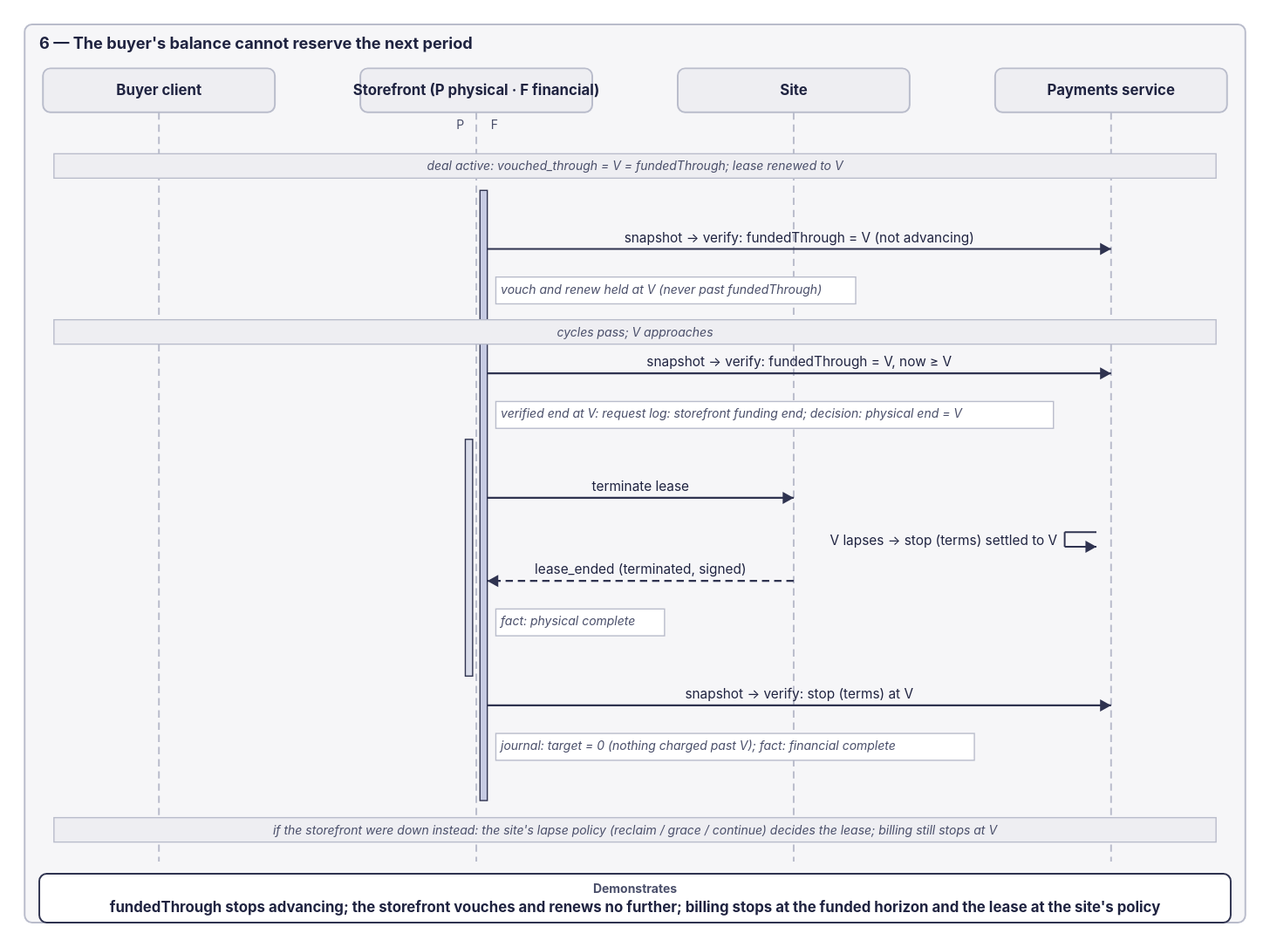
Above: openspec/changes/converge-ongoing-compute-leases/diagrams/06-funds-exhausted.svg in arkhai-io/simple-compute-market (draw.io), before the change. Source tidied: cells renumbered, new cells last; positions are measured from the earlier drawing's top-left corner, leaving out a move shared by most shapes. Its diagram source:
```xml
<mxGraphModel>
  <root>
    <mxCell id="0" />
    <mxCell id="1" parent="0" />
    <mxCell id="2" style="rounded=1;arcSize=6;whiteSpace=wrap;html=1;fillColor=#f6f6f8;strokeColor=#b9bccb;strokeWidth=1.4;dashed=0;" parent="1" vertex="1">
      <mxGeometry width="1000" height="736" as="geometry" />
    </mxCell>
    <mxCell id="3" value="6 — The buyer's balance cannot reserve the next period" style="text;html=1;align=left;verticalAlign=middle;whiteSpace=nowrap;fontSize=13;fontColor=#1f2340;fontStyle=1;fontFamily=Helvetica;" parent="1" vertex="1">
      <mxGeometry x="12" y="6" width="800" height="19" as="geometry" />
    </mxCell>
    <mxCell id="4" style="rounded=1;arcSize=6;whiteSpace=wrap;html=1;fillColor=#eeeef2;strokeColor=#b9bccb;strokeWidth=1.4;dashed=0;" parent="1" vertex="1">
      <mxGeometry x="15" y="36" width="190" height="36" as="geometry" />
    </mxCell>
    <mxCell id="5" value="Buyer client" style="text;html=1;align=center;verticalAlign=middle;whiteSpace=nowrap;fontSize=12;fontColor=#1f2340;fontStyle=1;fontFamily=Helvetica;" parent="1" vertex="1">
      <mxGeometry x="15" y="45" width="190" height="18" as="geometry" />
    </mxCell>
    <mxCell id="6" style="rounded=1;arcSize=6;whiteSpace=wrap;html=1;fillColor=#eeeef2;strokeColor=#b9bccb;strokeWidth=1.4;dashed=0;" parent="1" vertex="1">
      <mxGeometry x="275" y="36" width="190" height="36" as="geometry" />
    </mxCell>
    <mxCell id="7" value="Storefront  (P physical · F financial)" style="text;html=1;align=center;verticalAlign=middle;whiteSpace=nowrap;fontSize=12;fontColor=#1f2340;fontStyle=1;fontFamily=Helvetica;" parent="1" vertex="1">
      <mxGeometry x="275" y="45" width="190" height="18" as="geometry" />
    </mxCell>
    <mxCell id="8" style="rounded=1;arcSize=6;whiteSpace=wrap;html=1;fillColor=#eeeef2;strokeColor=#b9bccb;strokeWidth=1.4;dashed=0;" parent="1" vertex="1">
      <mxGeometry x="535" y="36" width="190" height="36" as="geometry" />
    </mxCell>
    <mxCell id="9" value="Site" style="text;html=1;align=center;verticalAlign=middle;whiteSpace=nowrap;fontSize=12;fontColor=#1f2340;fontStyle=1;fontFamily=Helvetica;" parent="1" vertex="1">
      <mxGeometry x="535" y="45" width="190" height="18" as="geometry" />
    </mxCell>
    <mxCell id="10" style="rounded=1;arcSize=6;whiteSpace=wrap;html=1;fillColor=#eeeef2;strokeColor=#b9bccb;strokeWidth=1.4;dashed=0;" parent="1" vertex="1">
      <mxGeometry x="795" y="36" width="190" height="36" as="geometry" />
    </mxCell>
    <mxCell id="11" value="Payments service" style="text;html=1;align=center;verticalAlign=middle;whiteSpace=nowrap;fontSize=12;fontColor=#1f2340;fontStyle=1;fontFamily=Helvetica;" parent="1" vertex="1">
      <mxGeometry x="795" y="45" width="190" height="18" as="geometry" />
    </mxCell>
    <mxCell id="12" style="endArrow=none;endFill=0;strokeColor=#b9bccb;strokeWidth=1.4;html=1;dashed=1;" parent="1" edge="1">
      <mxGeometry relative="1" as="geometry">
        <mxPoint x="110" y="72" as="sourcePoint" />
        <mxPoint x="110" y="686" as="targetPoint" />
      </mxGeometry>
    </mxCell>
    <mxCell id="13" style="endArrow=none;endFill=0;strokeColor=#b9bccb;strokeWidth=1.4;html=1;dashed=1;" parent="1" edge="1">
      <mxGeometry relative="1" as="geometry">
        <mxPoint x="370" y="72" as="sourcePoint" />
        <mxPoint x="370" y="686" as="targetPoint" />
      </mxGeometry>
    </mxCell>
    <mxCell id="14" style="endArrow=none;endFill=0;strokeColor=#b9bccb;strokeWidth=1.4;html=1;dashed=1;" parent="1" edge="1">
      <mxGeometry relative="1" as="geometry">
        <mxPoint x="630" y="72" as="sourcePoint" />
        <mxPoint x="630" y="686" as="targetPoint" />
      </mxGeometry>
    </mxCell>
    <mxCell id="15" style="endArrow=none;endFill=0;strokeColor=#b9bccb;strokeWidth=1.4;html=1;dashed=1;" parent="1" edge="1">
      <mxGeometry relative="1" as="geometry">
        <mxPoint x="890" y="72" as="sourcePoint" />
        <mxPoint x="890" y="686" as="targetPoint" />
      </mxGeometry>
    </mxCell>
    <mxCell id="16" style="rounded=0;arcSize=6;whiteSpace=wrap;html=1;fillColor=#d9dcea;strokeColor=#2f3350;strokeWidth=1;dashed=0;" parent="1" vertex="1">
      <mxGeometry x="361" y="340" width="6" height="194" as="geometry" />
    </mxCell>
    <mxCell id="17" style="rounded=0;arcSize=6;whiteSpace=wrap;html=1;fillColor=#c7cbe3;strokeColor=#2f3350;strokeWidth=1;dashed=0;" parent="1" vertex="1">
      <mxGeometry x="373" y="136" width="6" height="500" as="geometry" />
    </mxCell>
    <mxCell id="18" value="P" style="text;html=1;align=right;verticalAlign=middle;whiteSpace=nowrap;fontSize=10;fontColor=#4a4f6a;fontStyle=0;fontFamily=Helvetica;" parent="1" vertex="1">
      <mxGeometry x="330" y="74" width="30" height="16" as="geometry" />
    </mxCell>
    <mxCell id="19" value="F" style="text;html=1;align=left;verticalAlign=middle;whiteSpace=nowrap;fontSize=10;fontColor=#4a4f6a;fontStyle=0;fontFamily=Helvetica;" parent="1" vertex="1">
      <mxGeometry x="382" y="74" width="30" height="16" as="geometry" />
    </mxCell>
    <mxCell id="20" style="rounded=0;arcSize=6;whiteSpace=wrap;html=1;fillColor=#eeeef2;strokeColor=#b9bccb;strokeWidth=1;dashed=0;" parent="1" vertex="1">
      <mxGeometry x="24" y="106" width="952" height="20" as="geometry" />
    </mxCell>
    <mxCell id="21" value="deal active: vouched_through = V = fundedThrough; lease renewed to V" style="text;html=1;align=center;verticalAlign=middle;whiteSpace=nowrap;fontSize=10;fontColor=#4a4f6a;fontStyle=2;fontFamily=Helvetica;" parent="1" vertex="1">
      <mxGeometry x="24" y="108" width="952" height="16" as="geometry" />
    </mxCell>
    <mxCell id="22" style="endArrow=block;endFill=1;strokeColor=#2f3350;strokeWidth=1.6;html=1;dashed=0;" parent="1" edge="1">
      <mxGeometry relative="1" as="geometry">
        <mxPoint x="379" y="184" as="sourcePoint" />
        <mxPoint x="890" y="184" as="targetPoint" />
      </mxGeometry>
    </mxCell>
    <mxCell id="23" value="snapshot → verify: fundedThrough = V (not advancing)" style="text;html=1;align=center;verticalAlign=middle;whiteSpace=nowrap;fontSize=11;fontColor=#1f2340;fontStyle=0;fontFamily=Helvetica;" parent="1" vertex="1">
      <mxGeometry x="379" y="166" width="511" height="17" as="geometry" />
    </mxCell>
    <mxCell id="24" style="rounded=0;arcSize=6;whiteSpace=wrap;html=1;fillColor=#ffffff;strokeColor=#b9bccb;strokeWidth=1;dashed=0;" parent="1" vertex="1">
      <mxGeometry x="386" y="207" width="294.8" height="22" as="geometry" />
    </mxCell>
    <mxCell id="25" value="vouch and renew held at V (never past fundedThrough)" style="text;html=1;align=left;verticalAlign=middle;whiteSpace=nowrap;fontSize=10;fontColor=#4a4f6a;fontStyle=2;fontFamily=Helvetica;" parent="1" vertex="1">
      <mxGeometry x="390" y="209" width="286.8" height="16" as="geometry" />
    </mxCell>
    <mxCell id="26" style="rounded=0;arcSize=6;whiteSpace=wrap;html=1;fillColor=#eeeef2;strokeColor=#b9bccb;strokeWidth=1;dashed=0;" parent="1" vertex="1">
      <mxGeometry x="24" y="242" width="952" height="20" as="geometry" />
    </mxCell>
    <mxCell id="27" value="cycles pass; V approaches" style="text;html=1;align=center;verticalAlign=middle;whiteSpace=nowrap;fontSize=10;fontColor=#4a4f6a;fontStyle=2;fontFamily=Helvetica;" parent="1" vertex="1">
      <mxGeometry x="24" y="244" width="952" height="16" as="geometry" />
    </mxCell>
    <mxCell id="28" style="endArrow=block;endFill=1;strokeColor=#2f3350;strokeWidth=1.6;html=1;dashed=0;" parent="1" edge="1">
      <mxGeometry relative="1" as="geometry">
        <mxPoint x="379" y="286" as="sourcePoint" />
        <mxPoint x="890" y="286" as="targetPoint" />
      </mxGeometry>
    </mxCell>
    <mxCell id="29" value="snapshot → verify: fundedThrough = V, now ≥ V" style="text;html=1;align=center;verticalAlign=middle;whiteSpace=nowrap;fontSize=11;fontColor=#1f2340;fontStyle=0;fontFamily=Helvetica;" parent="1" vertex="1">
      <mxGeometry x="379" y="268" width="511" height="17" as="geometry" />
    </mxCell>
    <mxCell id="30" style="rounded=0;arcSize=6;whiteSpace=wrap;html=1;fillColor=#ffffff;strokeColor=#b9bccb;strokeWidth=1;dashed=0;" parent="1" vertex="1">
      <mxGeometry x="386" y="309" width="456.8" height="22" as="geometry" />
    </mxCell>
    <mxCell id="31" value="verified end at V: request log: storefront funding end; decision: physical end = V" style="text;html=1;align=left;verticalAlign=middle;whiteSpace=nowrap;fontSize=10;fontColor=#4a4f6a;fontStyle=2;fontFamily=Helvetica;" parent="1" vertex="1">
      <mxGeometry x="390" y="311" width="448.8" height="16" as="geometry" />
    </mxCell>
    <mxCell id="32" style="endArrow=block;endFill=1;strokeColor=#2f3350;strokeWidth=1.6;html=1;dashed=0;" parent="1" edge="1">
      <mxGeometry relative="1" as="geometry">
        <mxPoint x="379" y="388" as="sourcePoint" />
        <mxPoint x="630" y="388" as="targetPoint" />
      </mxGeometry>
    </mxCell>
    <mxCell id="33" value="terminate lease" style="text;html=1;align=center;verticalAlign=middle;whiteSpace=nowrap;fontSize=11;fontColor=#1f2340;fontStyle=0;fontFamily=Helvetica;" parent="1" vertex="1">
      <mxGeometry x="379" y="370" width="251" height="17" as="geometry" />
    </mxCell>
    <mxCell id="34" style="endArrow=none;endFill=0;strokeColor=#2f3350;strokeWidth=1.4;html=1;dashed=0;" parent="1" edge="1">
      <mxGeometry relative="1" as="geometry">
        <mxPoint x="878" y="416" as="sourcePoint" />
        <mxPoint x="852" y="416" as="targetPoint" />
      </mxGeometry>
    </mxCell>
    <mxCell id="35" style="endArrow=none;endFill=0;strokeColor=#2f3350;strokeWidth=1.4;html=1;dashed=0;" parent="1" edge="1">
      <mxGeometry relative="1" as="geometry">
        <mxPoint x="852" y="416" as="sourcePoint" />
        <mxPoint x="852" y="428" as="targetPoint" />
      </mxGeometry>
    </mxCell>
    <mxCell id="36" style="endArrow=block;endFill=1;strokeColor=#2f3350;strokeWidth=1.4;html=1;dashed=0;" parent="1" edge="1">
      <mxGeometry relative="1" as="geometry">
        <mxPoint x="852" y="428" as="sourcePoint" />
        <mxPoint x="878" y="428" as="targetPoint" />
      </mxGeometry>
    </mxCell>
    <mxCell id="37" value="V lapses → stop (terms) settled to V" style="text;html=1;align=right;verticalAlign=middle;whiteSpace=nowrap;fontSize=11;fontColor=#1f2340;fontStyle=0;fontFamily=Helvetica;" parent="1" vertex="1">
      <mxGeometry x="426" y="414" width="420" height="17" as="geometry" />
    </mxCell>
    <mxCell id="38" style="endArrow=block;endFill=1;strokeColor=#2f3350;strokeWidth=1.6;html=1;dashed=1;" parent="1" edge="1">
      <mxGeometry relative="1" as="geometry">
        <mxPoint x="630" y="456" as="sourcePoint" />
        <mxPoint x="379" y="456" as="targetPoint" />
      </mxGeometry>
    </mxCell>
    <mxCell id="39" value="lease_ended (terminated, signed)" style="text;html=1;align=center;verticalAlign=middle;whiteSpace=nowrap;fontSize=11;fontColor=#1f2340;fontStyle=0;fontFamily=Helvetica;" parent="1" vertex="1">
      <mxGeometry x="379" y="438" width="251" height="17" as="geometry" />
    </mxCell>
    <mxCell id="40" style="rounded=0;arcSize=6;whiteSpace=wrap;html=1;fillColor=#ffffff;strokeColor=#b9bccb;strokeWidth=1;dashed=0;" parent="1" vertex="1">
      <mxGeometry x="386" y="479" width="138.2" height="22" as="geometry" />
    </mxCell>
    <mxCell id="41" value="fact: physical complete" style="text;html=1;align=left;verticalAlign=middle;whiteSpace=nowrap;fontSize=10;fontColor=#4a4f6a;fontStyle=2;fontFamily=Helvetica;" parent="1" vertex="1">
      <mxGeometry x="390" y="481" width="130.2" height="16" as="geometry" />
    </mxCell>
    <mxCell id="42" style="endArrow=block;endFill=1;strokeColor=#2f3350;strokeWidth=1.6;html=1;dashed=0;" parent="1" edge="1">
      <mxGeometry relative="1" as="geometry">
        <mxPoint x="379" y="558" as="sourcePoint" />
        <mxPoint x="890" y="558" as="targetPoint" />
      </mxGeometry>
    </mxCell>
    <mxCell id="43" value="snapshot → verify: stop (terms) at V" style="text;html=1;align=center;verticalAlign=middle;whiteSpace=nowrap;fontSize=11;fontColor=#1f2340;fontStyle=0;fontFamily=Helvetica;" parent="1" vertex="1">
      <mxGeometry x="379" y="540" width="511" height="17" as="geometry" />
    </mxCell>
    <mxCell id="44" style="rounded=0;arcSize=6;whiteSpace=wrap;html=1;fillColor=#ffffff;strokeColor=#b9bccb;strokeWidth=1;dashed=0;" parent="1" vertex="1">
      <mxGeometry x="386" y="581" width="392" height="22" as="geometry" />
    </mxCell>
    <mxCell id="45" value="journal: target = 0 (nothing charged past V); fact: financial complete" style="text;html=1;align=left;verticalAlign=middle;whiteSpace=nowrap;fontSize=10;fontColor=#4a4f6a;fontStyle=2;fontFamily=Helvetica;" parent="1" vertex="1">
      <mxGeometry x="390" y="583" width="384" height="16" as="geometry" />
    </mxCell>
    <mxCell id="46" style="rounded=0;arcSize=6;whiteSpace=wrap;html=1;fillColor=#eeeef2;strokeColor=#b9bccb;strokeWidth=1;dashed=0;" parent="1" vertex="1">
      <mxGeometry x="24" y="650" width="952" height="20" as="geometry" />
    </mxCell>
    <mxCell id="47" value="if the storefront were down instead: the site's lapse policy (reclaim / grace / continue) decides the lease; billing still stops at V" style="text;html=1;align=center;verticalAlign=middle;whiteSpace=nowrap;fontSize=10;fontColor=#4a4f6a;fontStyle=2;fontFamily=Helvetica;" parent="1" vertex="1">
      <mxGeometry x="24" y="652" width="952" height="16" as="geometry" />
    </mxCell>
    <mxCell id="48" style="rounded=1;arcSize=6;whiteSpace=wrap;html=1;fillColor=#ffffff;strokeColor=#2f3350;strokeWidth=1.4;dashed=0;" parent="1" vertex="1">
      <mxGeometry x="12" y="696" width="976" height="40" as="geometry" />
    </mxCell>
    <mxCell id="49" value="Demonstrates" style="text;html=1;align=center;verticalAlign=middle;whiteSpace=nowrap;fontSize=10;fontColor=#4a4f6a;fontStyle=1;fontFamily=Helvetica;" parent="1" vertex="1">
      <mxGeometry x="12" y="700" width="976" height="16" as="geometry" />
    </mxCell>
    <mxCell id="50" value="fundedThrough stops advancing; the storefront vouches and renews no further; billing stops at the funded horizon and the lease at the site's policy" style="text;html=1;align=center;verticalAlign=middle;whiteSpace=nowrap;fontSize=12;fontColor=#1f2340;fontStyle=1;fontFamily=Helvetica;" parent="1" vertex="1">
      <mxGeometry x="12" y="714" width="976" height="18" as="geometry" />
    </mxCell>
  </root>
</mxGraphModel>
```
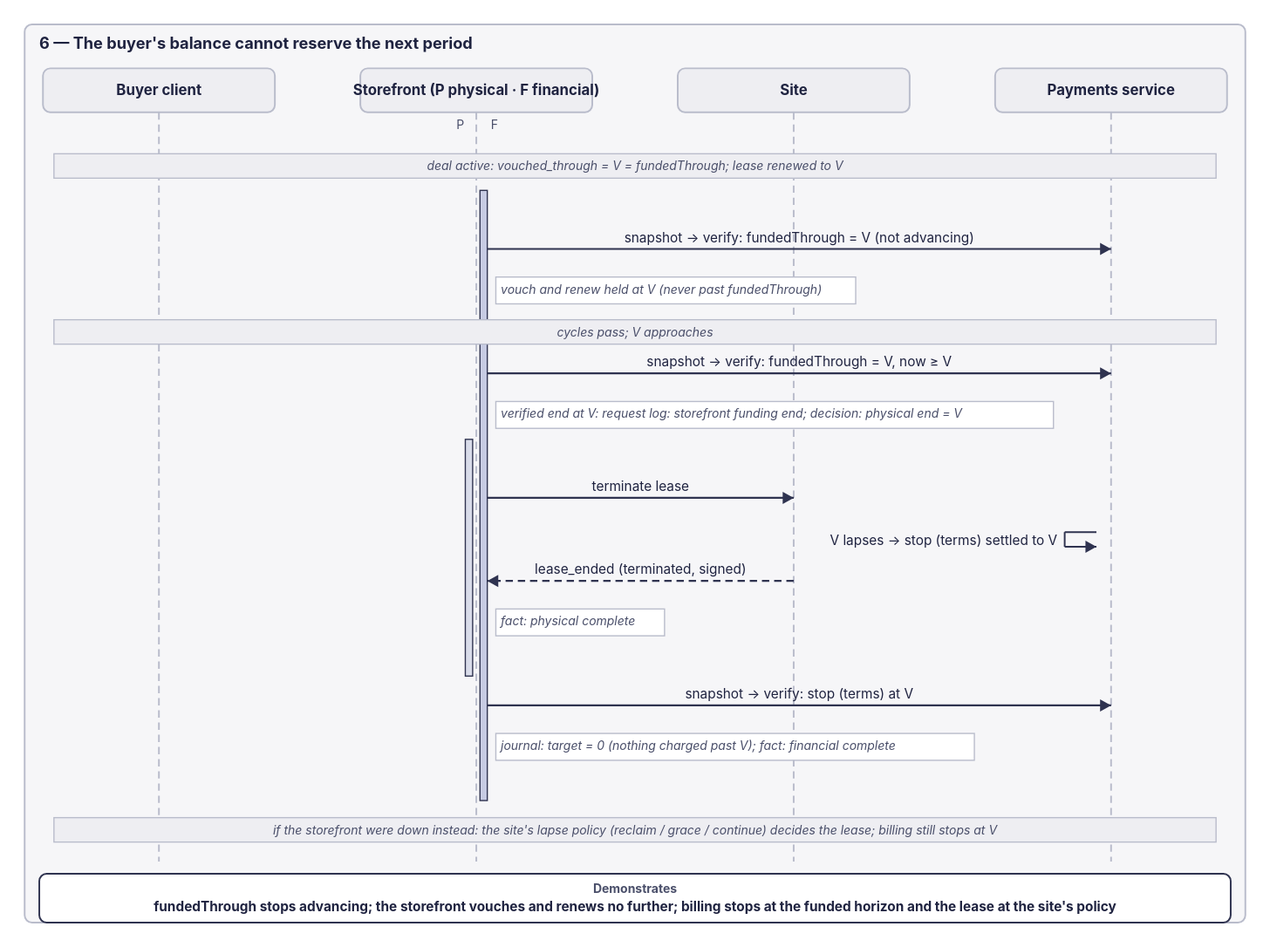
After the commit.

What changed in the source:
```diff
@@ -182,8 +182,8 @@
     <mxCell id="49" value="Demonstrates" style="text;html=1;align=center;verticalAlign=middle;whiteSpace=nowrap;fontSize=10;fontColor=#4a4f6a;fontStyle=1;fontFamily=Helvetica;" parent="1" vertex="1">
       <mxGeometry x="12" y="700" width="976" height="16" as="geometry" />
     </mxCell>
-    <mxCell id="50" value="fundedThrough stops advancing; the storefront vouches and renews no further; billing stops at the funded horizon and the lease at the site's policy" style="text;html=1;align=center;verticalAlign=middle;whiteSpace=nowrap;fontSize=12;fontColor=#1f2340;fontStyle=1;fontFamily=Helvetica;" parent="1" vertex="1">
-      <mxGeometry x="12" y="714" width="976" height="18" as="geometry" />
+    <mxCell id="50" value="fundedThrough stops advancing; the storefront vouches and renews no further; billing stops at the funded horizon and the lease at the site's policy" style="text;html=1;align=center;verticalAlign=middle;whiteSpace=nowrap;fontSize=11;fontColor=#1f2340;fontStyle=1;fontFamily=Helvetica;" parent="1" vertex="1">
+      <mxGeometry x="12" y="714" width="976" height="17" as="geometry" />
     </mxCell>
   </root>
 </mxGraphModel>
```
